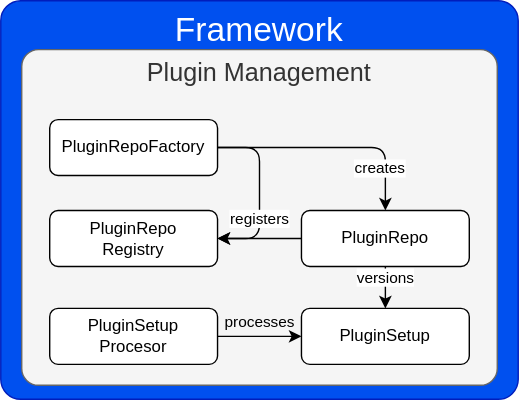
aragon/developer-portal keeps this draw.io diagram as static/img/framework/aragon-os-plugin-framework.drawio.svg. Above is the earlier version. Source tidied: cells renumbered, new cells last; positions are measured from the earlier drawing's top-left corner, leaving out a move shared by most shapes.
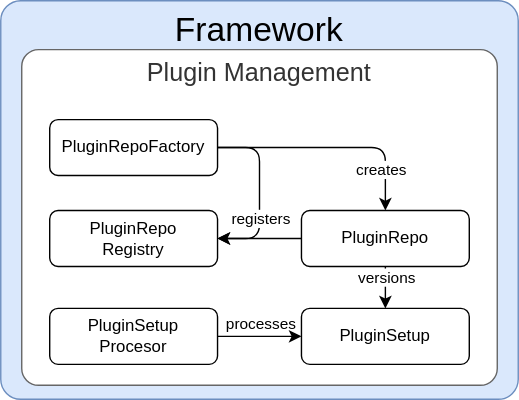
Later version of the same file.

Commit message:
ci: correct gh links for plugins, change colors for diagram

What changed in the source:
```diff
@@ -2,10 +2,10 @@
   <root>
     <mxCell id="0" />
     <mxCell id="1" parent="0" />
-    <mxCell id="2" value="&lt;font style=&quot;font-size: 24px;&quot;&gt;Framework&lt;/font&gt;" style="rounded=1;whiteSpace=wrap;html=1;fillColor=#0050ef;align=center;arcSize=5;imageHeight=24;strokeColor=#001DBC;verticalAlign=top;fontSize=24;fontColor=#ffffff;" parent="1" vertex="1">
+    <mxCell id="2" value="&lt;font style=&quot;font-size: 24px;&quot;&gt;Framework&lt;/font&gt;" style="rounded=1;whiteSpace=wrap;html=1;fillColor=#DAE8FC;align=center;arcSize=5;imageHeight=24;strokeColor=#6C8EBF;verticalAlign=top;fontSize=24;" parent="1" vertex="1">
       <mxGeometry width="370" height="285" as="geometry" />
     </mxCell>
-    <mxCell id="3" value="&lt;font style=&quot;font-size: 18px;&quot;&gt;Plugin Management&lt;/font&gt;" style="rounded=1;whiteSpace=wrap;html=1;fillColor=#f5f5f5;align=center;arcSize=5;imageHeight=24;strokeColor=#666666;verticalAlign=top;fontSize=18;fontColor=#333333;" parent="1" vertex="1">
+    <mxCell id="3" value="&lt;font style=&quot;font-size: 18px;&quot;&gt;Plugin Management&lt;/font&gt;" style="rounded=1;whiteSpace=wrap;html=1;fillColor=#FFFFFF;align=center;arcSize=5;imageHeight=24;strokeColor=#666666;verticalAlign=top;fontSize=18;fontColor=#333333;" parent="1" vertex="1">
       <mxGeometry x="15" y="35" width="340" height="240" as="geometry" />
     </mxCell>
     <mxCell id="4" value="PluginRepo&lt;br&gt;Registry" style="rounded=1;whiteSpace=wrap;html=1;verticalAlign=middle;fontStyle=0;" parent="1" vertex="1">
```
